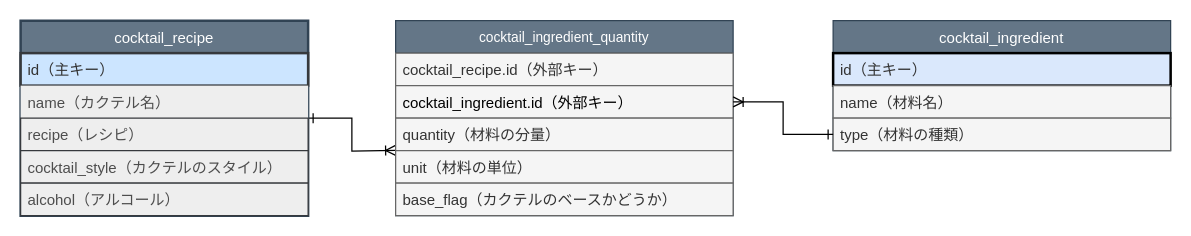
This is docs/db/cocktail.dio from LuffaAegyptiaca/cocktail_api, a draw.io file, before an edit. Source tidied: cells renumbered, new cells numbered last; positions are measured from the earlier drawing's top-left corner, leaving out a move shared by most shapes. Both pictures are drawn from the tidied source at 125%, with x=0, y=0 at pixel (20, 20).
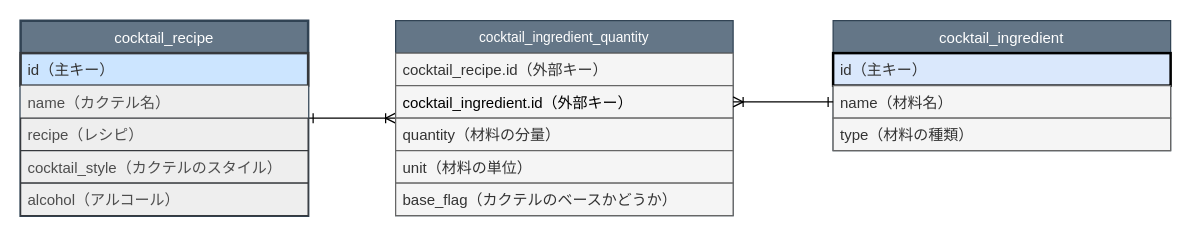
Above is the later version.

Commit message:
修正内容を反映

The change refers to these unchanged cells:
```xml
<mxCell id="3" value="cocktail_recipe" style="swimlane;fontStyle=0;horizontal=1;startSize=26;fillColor=#647687;strokeColor=#314354;fontColor=#ffffff;strokeWidth=2;" parent="1" vertex="1">
  <mxGeometry width="230" height="156" as="geometry" />
</mxCell>
<mxCell id="11" value="name（材料名）" style="text;align=left;verticalAlign=top;spacingLeft=4;spacingRight=4;overflow=hidden;points=[[0,0.5],[1,0.5]];portConstraint=eastwest;fillColor=#f5f5f5;strokeColor=#666666;fontColor=#333333;" parent="9" vertex="1">
  <mxGeometry y="52" width="270" height="26" as="geometry" />
</mxCell>
<mxCell id="12" value="type（材料の種類）" style="text;align=left;verticalAlign=top;spacingLeft=4;spacingRight=4;overflow=hidden;points=[[0,0.5],[1,0.5]];portConstraint=eastwest;fillColor=#f5f5f5;strokeColor=#666666;fontColor=#333333;" parent="9" vertex="1">
  <mxGeometry y="78" width="270" height="26" as="geometry" />
</mxCell>
<mxCell id="13" value="cocktail_ingredient_quantity" style="swimlane;fontStyle=0;horizontal=1;startSize=26;shadow=0;swimlaneLine=1;fillColor=#647687;strokeColor=#314354;fontColor=#ffffff;fontSize=11;verticalAlign=middle;" parent="1" vertex="1">
  <mxGeometry x="300" width="270" height="156" as="geometry" />
</mxCell>
<mxCell id="15" value="cocktail_ingredient.id（外部キー）" style="text;align=left;verticalAlign=top;spacingLeft=4;spacingRight=4;overflow=hidden;points=[[0,0.5],[1,0.5]];portConstraint=eastwest;fillColor=#f5f5f5;strokeColor=#666666;fontColor=#000000;" parent="13" vertex="1">
  <mxGeometry y="52" width="270" height="26" as="geometry" />
</mxCell>
```

Change to the diagram source:
```diff
@@
-    <mxCell id="2" style="edgeStyle=orthogonalEdgeStyle;rounded=0;jettySize=auto;html=1;exitX=1;exitY=0.5;exitDx=0;exitDy=0;fontColor=#000000;startArrow=ERone;startFill=0;endArrow=ERoneToMany;endFill=0;" parent="1" edge="1" source="3">
-      <mxGeometry relative="1" as="geometry">
-        <mxPoint x="300" y="103.8" as="targetPoint" />
-      </mxGeometry>
+    <mxCell id="2" style="edgeStyle=orthogonalEdgeStyle;rounded=0;jettySize=auto;html=1;exitX=1;exitY=0.5;exitDx=0;exitDy=0;fontColor=#000000;startArrow=ERone;startFill=0;endArrow=ERoneToMany;endFill=0;entryX=0;entryY=0.5;entryDx=0;entryDy=0;" parent="1" edge="1" source="3" target="13">
+      <mxGeometry relative="1" as="geometry" />
     </mxCell>
@@
-    <mxCell id="19" style="edgeStyle=orthogonalEdgeStyle;rounded=0;jettySize=auto;html=1;exitX=1;exitY=0.5;exitDx=0;exitDy=0;startArrow=ERoneToMany;startFill=0;endArrow=ERone;endFill=0;fontColor=#000000;" parent="1" edge="1" source="15" target="12">
+    <mxCell id="19" style="edgeStyle=orthogonalEdgeStyle;rounded=0;jettySize=auto;html=1;exitX=1;exitY=0.5;exitDx=0;exitDy=0;startArrow=ERoneToMany;startFill=0;endArrow=ERone;endFill=0;fontColor=#000000;entryX=0;entryY=0.5;entryDx=0;entryDy=0;" parent="1" edge="1" source="15" target="11">
       <mxGeometry relative="1" as="geometry" />
     </mxCell>
```
